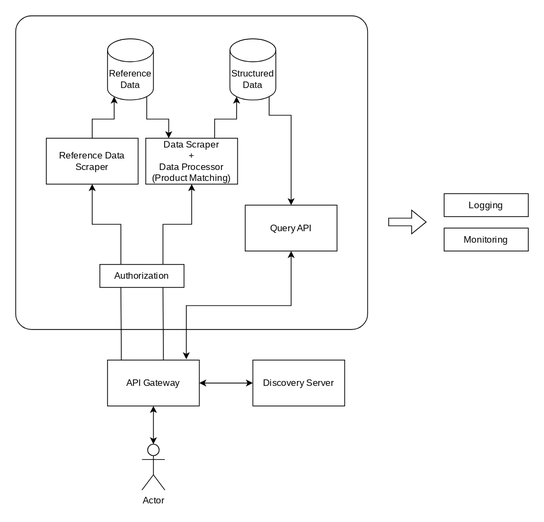
Earlier version of the draw.io export distributed-system-design.svg (DinukaGayashan/Tech-Scout). Source tidied: cells renumbered, new cells last; positions are measured from the earlier drawing's top-left corner, leaving out a move shared by most shapes. Source of this version:
```xml
<mxGraphModel>
  <root>
    <mxCell id="0" />
    <mxCell id="1" parent="0" />
    <mxCell id="2" style="rounded=1;whiteSpace=wrap;html=1;arcSize=5;" parent="1" vertex="1">
      <mxGeometry width="460" height="410" as="geometry" />
    </mxCell>
    <mxCell id="3" style="edgeStyle=orthogonalEdgeStyle;rounded=0;jettySize=auto;html=1;exitX=0.858;exitY=-0.017;exitDx=0;exitDy=0;entryX=0.5;entryY=1;entryDx=0;entryDy=0;startArrow=classic;startFill=1;exitPerimeter=0;" parent="1" edge="1" source="6" target="7">
      <mxGeometry relative="1" as="geometry" />
    </mxCell>
    <mxCell id="4" style="edgeStyle=orthogonalEdgeStyle;rounded=0;jettySize=auto;html=1;exitX=0.5;exitY=0;exitDx=0;exitDy=0;entryX=0.75;entryY=1;entryDx=0;entryDy=0;endArrow=none;endFill=0;" parent="1" edge="1" source="6" target="20">
      <mxGeometry relative="1" as="geometry">
        <Array as="points">
          <mxPoint x="193" y="430" />
          <mxPoint x="193" y="393" />
        </Array>
      </mxGeometry>
    </mxCell>
    <mxCell id="5" style="edgeStyle=orthogonalEdgeStyle;rounded=0;jettySize=auto;html=1;exitX=0.25;exitY=0;exitDx=0;exitDy=0;entryX=0.25;entryY=1;entryDx=0;entryDy=0;endArrow=none;endFill=0;" parent="1" edge="1" source="6" target="20">
      <mxGeometry relative="1" as="geometry">
        <Array as="points">
          <mxPoint x="138" y="430" />
          <mxPoint x="138" y="393" />
        </Array>
      </mxGeometry>
    </mxCell>
    <mxCell id="6" value="&lt;div&gt;&lt;span style=&quot;background-color: initial;&quot;&gt;API Gateway&lt;/span&gt;&lt;/div&gt;" style="rounded=0;whiteSpace=wrap;html=1;fontFamily=Inter;fontSource=https%3A%2F%2Ffonts.googleapis.com%2Fcss%3Ffamily%3DInter;" parent="1" vertex="1">
      <mxGeometry x="120" y="450" width="120" height="60" as="geometry" />
    </mxCell>
    <mxCell id="7" value="Query API" style="rounded=0;whiteSpace=wrap;html=1;fontFamily=Inter;fontSource=https%3A%2F%2Ffonts.googleapis.com%2Fcss%3Ffamily%3DInter;" parent="1" vertex="1">
      <mxGeometry x="300" y="247.5" width="120" height="60" as="geometry" />
    </mxCell>
    <mxCell id="8" value="Reference Data Scraper" style="rounded=0;whiteSpace=wrap;html=1;fontFamily=Inter;fontSource=https%3A%2F%2Ffonts.googleapis.com%2Fcss%3Ffamily%3DInter;" parent="1" vertex="1">
      <mxGeometry x="40" y="160" width="120" height="60" as="geometry" />
    </mxCell>
    <mxCell id="9" value="Data Scraper&lt;div&gt;+&lt;/div&gt;&lt;div&gt;Data Processor&lt;/div&gt;&lt;div&gt;(Product Matching)&lt;/div&gt;" style="rounded=0;whiteSpace=wrap;html=1;fontFamily=Inter;fontSource=https%3A%2F%2Ffonts.googleapis.com%2Fcss%3Ffamily%3DInter;" parent="1" vertex="1">
      <mxGeometry x="170" y="160" width="120" height="60" as="geometry" />
    </mxCell>
    <mxCell id="10" style="edgeStyle=orthogonalEdgeStyle;rounded=0;jettySize=auto;html=1;exitX=0.855;exitY=1;exitDx=0;exitDy=-4.35;exitPerimeter=0;entryX=0.25;entryY=0;entryDx=0;entryDy=0;" parent="1" edge="1" source="11" target="9">
      <mxGeometry relative="1" as="geometry" />
    </mxCell>
    <mxCell id="11" value="Reference Data" style="shape=cylinder3;whiteSpace=wrap;html=1;boundedLbl=1;backgroundOutline=1;size=15;" parent="1" vertex="1">
      <mxGeometry x="120" y="30" width="60" height="80" as="geometry" />
    </mxCell>
    <mxCell id="12" style="edgeStyle=orthogonalEdgeStyle;rounded=0;jettySize=auto;html=1;exitX=0.855;exitY=1;exitDx=0;exitDy=-4.35;exitPerimeter=0;entryX=0.5;entryY=0;entryDx=0;entryDy=0;" parent="1" edge="1" source="13" target="7">
      <mxGeometry relative="1" as="geometry">
        <Array as="points">
          <mxPoint x="331" y="130" />
          <mxPoint x="360" y="130" />
        </Array>
      </mxGeometry>
    </mxCell>
    <mxCell id="13" value="Structured Data" style="shape=cylinder3;whiteSpace=wrap;html=1;boundedLbl=1;backgroundOutline=1;size=15;" parent="1" vertex="1">
      <mxGeometry x="280" y="30" width="60" height="80" as="geometry" />
    </mxCell>
    <mxCell id="14" style="edgeStyle=orthogonalEdgeStyle;rounded=0;jettySize=auto;html=1;exitX=0.5;exitY=1;exitDx=0;exitDy=0;startArrow=classic;startFill=1;fontFamily=Inter;fontSource=https%3A%2F%2Ffonts.googleapis.com%2Fcss%3Ffamily%3DInter;" parent="1" edge="1" source="6" target="15">
      <mxGeometry relative="1" as="geometry" />
    </mxCell>
    <mxCell id="15" value="Actor" style="shape=umlActor;verticalLabelPosition=bottom;verticalAlign=top;html=1;outlineConnect=0;fontFamily=Inter;fontSource=https%3A%2F%2Ffonts.googleapis.com%2Fcss%3Ffamily%3DInter;" parent="1" vertex="1">
      <mxGeometry x="165" y="560" width="30" height="60" as="geometry" />
    </mxCell>
    <mxCell id="16" style="edgeStyle=orthogonalEdgeStyle;rounded=0;jettySize=auto;html=1;exitX=0;exitY=0.5;exitDx=0;exitDy=0;entryX=1;entryY=0.5;entryDx=0;entryDy=0;startArrow=classic;startFill=1;" parent="1" edge="1" source="17" target="6">
      <mxGeometry relative="1" as="geometry" />
    </mxCell>
    <mxCell id="17" value="&lt;div&gt;&lt;span style=&quot;background-color: initial;&quot;&gt;Discovery Server&lt;/span&gt;&lt;br&gt;&lt;/div&gt;" style="rounded=0;whiteSpace=wrap;html=1;fontFamily=Inter;fontSource=https%3A%2F%2Ffonts.googleapis.com%2Fcss%3Ffamily%3DInter;" parent="1" vertex="1">
      <mxGeometry x="310" y="450" width="120" height="60" as="geometry" />
    </mxCell>
    <mxCell id="18" style="edgeStyle=orthogonalEdgeStyle;rounded=0;jettySize=auto;html=1;exitX=0.75;exitY=0;exitDx=0;exitDy=0;entryX=0.5;entryY=1;entryDx=0;entryDy=0;" parent="1" edge="1" source="20" target="9">
      <mxGeometry relative="1" as="geometry" />
    </mxCell>
    <mxCell id="19" style="edgeStyle=orthogonalEdgeStyle;rounded=0;jettySize=auto;html=1;exitX=0.25;exitY=0;exitDx=0;exitDy=0;entryX=0.5;entryY=1;entryDx=0;entryDy=0;" parent="1" edge="1" source="20" target="8">
      <mxGeometry relative="1" as="geometry" />
    </mxCell>
    <mxCell id="20" value="Authorization" style="rounded=0;whiteSpace=wrap;html=1;fontFamily=Inter;fontSource=https%3A%2F%2Ffonts.googleapis.com%2Fcss%3Ffamily%3DInter;" parent="1" vertex="1">
      <mxGeometry x="110" y="325" width="110" height="30" as="geometry" />
    </mxCell>
    <mxCell id="21" style="shape=flexArrow;endArrow=classic;html=1;rounded=0;" parent="1" edge="1">
      <mxGeometry relative="1" as="geometry">
        <mxPoint x="487" y="269.5" as="sourcePoint" />
        <mxPoint x="537" y="269.5" as="targetPoint" />
      </mxGeometry>
    </mxCell>
    <mxCell id="22" value="Logging" style="rounded=0;whiteSpace=wrap;html=1;fontFamily=Inter;fontSource=https%3A%2F%2Ffonts.googleapis.com%2Fcss%3Ffamily%3DInter;" parent="1" vertex="1">
      <mxGeometry x="560" y="232.5" width="110" height="30" as="geometry" />
    </mxCell>
    <mxCell id="23" value="Monitoring" style="rounded=0;whiteSpace=wrap;html=1;fontFamily=Inter;fontSource=https%3A%2F%2Ffonts.googleapis.com%2Fcss%3Ffamily%3DInter;" parent="1" vertex="1">
      <mxGeometry x="560" y="277.5" width="110" height="30" as="geometry" />
    </mxCell>
    <mxCell id="24" style="edgeStyle=orthogonalEdgeStyle;rounded=0;jettySize=auto;html=1;exitX=0.5;exitY=0;exitDx=0;exitDy=0;entryX=0.145;entryY=1;entryDx=0;entryDy=-4.35;entryPerimeter=0;" parent="1" edge="1" source="8" target="11">
      <mxGeometry relative="1" as="geometry" />
    </mxCell>
    <mxCell id="25" style="edgeStyle=orthogonalEdgeStyle;rounded=0;jettySize=auto;html=1;exitX=0.75;exitY=0;exitDx=0;exitDy=0;entryX=0.145;entryY=1;entryDx=0;entryDy=-4.35;entryPerimeter=0;" parent="1" edge="1" source="9" target="13">
      <mxGeometry relative="1" as="geometry" />
    </mxCell>
  </root>
</mxGraphModel>
```
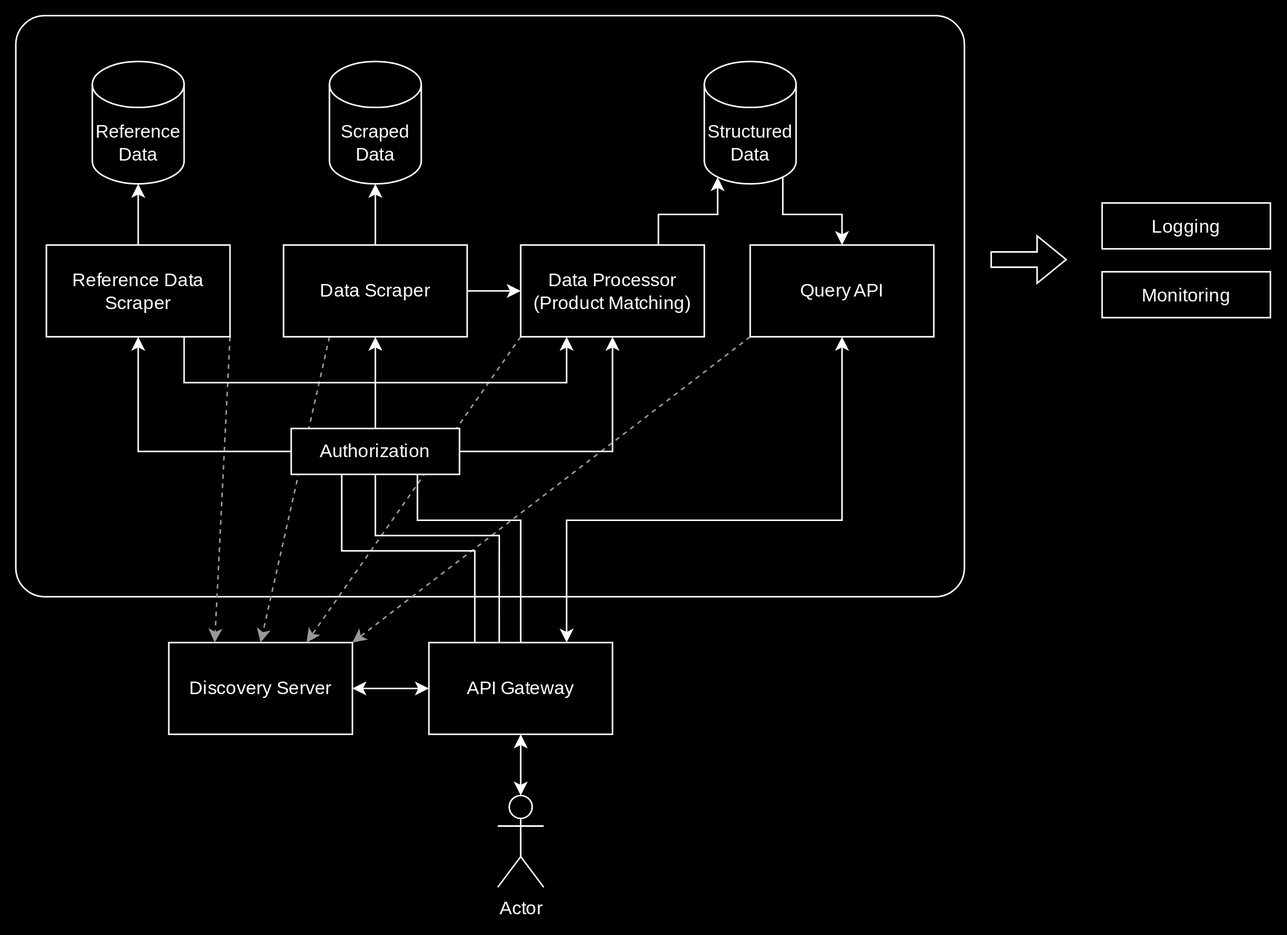
After the change.

Commit message:
update design diagram

Change to the diagram source:
```diff
@@ -3,94 +3,145 @@
     <mxCell id="0" />
     <mxCell id="1" parent="0" />
     <mxCell id="2" style="rounded=1;whiteSpace=wrap;html=1;arcSize=5;" parent="1" vertex="1">
-      <mxGeometry width="460" height="410" as="geometry" />
+      <mxGeometry x="-150" width="620" height="380" as="geometry" />
     </mxCell>
+    <mxCell id="26" style="endArrow=classic;html=1;rounded=0;entryX=0.25;entryY=0;entryDx=0;entryDy=0;exitX=1;exitY=1;exitDx=0;exitDy=0;strokeColor=#666666;dashed=1;" parent="1" edge="1" source="8" target="17">
+      <mxGeometry relative="1" as="geometry" />
+    </mxCell>
+    <mxCell id="27" style="endArrow=classic;html=1;rounded=0;entryX=0.5;entryY=0;entryDx=0;entryDy=0;exitX=0.25;exitY=1;exitDx=0;exitDy=0;strokeColor=#666666;dashed=1;" parent="1" edge="1" source="9" target="17">
+      <mxGeometry relative="1" as="geometry" />
+    </mxCell>
+    <mxCell id="28" style="endArrow=classic;html=1;rounded=0;entryX=0.75;entryY=0;entryDx=0;entryDy=0;exitX=0;exitY=1;exitDx=0;exitDy=0;strokeColor=#666666;dashed=1;" parent="1" edge="1" source="35" target="17">
+      <mxGeometry relative="1" as="geometry" />
+    </mxCell>
+    <mxCell id="29" style="endArrow=classic;html=1;rounded=0;entryX=1;entryY=0;entryDx=0;entryDy=0;exitX=0;exitY=1;exitDx=0;exitDy=0;strokeColor=#666666;dashed=1;" parent="1" edge="1" source="7" target="17">
+      <mxGeometry relative="1" as="geometry" />
+    </mxCell>
-    <mxCell id="3" style="edgeStyle=orthogonalEdgeStyle;rounded=0;jettySize=auto;html=1;exitX=0.858;exitY=-0.017;exitDx=0;exitDy=0;entryX=0.5;entryY=1;entryDx=0;entryDy=0;startArrow=classic;startFill=1;exitPerimeter=0;" parent="1" edge="1" source="6" target="7">
-      <mxGeometry relative="1" as="geometry" />
+    <mxCell id="3" style="edgeStyle=orthogonalEdgeStyle;rounded=0;jettySize=auto;html=1;exitX=0.75;exitY=0;exitDx=0;exitDy=0;entryX=0.5;entryY=1;entryDx=0;entryDy=0;startArrow=classic;startFill=1;" parent="1" edge="1" source="6" target="7">
+      <mxGeometry relative="1" as="geometry">
+        <Array as="points">
+          <mxPoint x="210" y="330" />
+          <mxPoint x="390" y="330" />
+        </Array>
+      </mxGeometry>
     </mxCell>
-    <mxCell id="4" style="edgeStyle=orthogonalEdgeStyle;rounded=0;jettySize=auto;html=1;exitX=0.5;exitY=0;exitDx=0;exitDy=0;entryX=0.75;entryY=1;entryDx=0;entryDy=0;endArrow=none;endFill=0;" parent="1" edge="1" source="6" target="20">
-      <mxGeometry relative="1" as="geometry">
-        <Array as="points">
-          <mxPoint x="193" y="430" />
-          <mxPoint x="193" y="393" />
-        </Array>
-      </mxGeometry>
-    </mxCell>
     <mxCell id="5" style="edgeStyle=orthogonalEdgeStyle;rounded=0;jettySize=auto;html=1;exitX=0.25;exitY=0;exitDx=0;exitDy=0;entryX=0.25;entryY=1;entryDx=0;entryDy=0;endArrow=none;endFill=0;" parent="1" edge="1" source="6" target="20">
       <mxGeometry relative="1" as="geometry">
         <Array as="points">
-          <mxPoint x="138" y="430" />
-          <mxPoint x="138" y="393" />
+          <mxPoint x="150" y="350" />
+          <mxPoint x="63" y="350" />
+          <mxPoint x="63" y="300" />
         </Array>
       </mxGeometry>
     </mxCell>
     <mxCell id="6" value="&lt;div&gt;&lt;span style=&quot;background-color: initial;&quot;&gt;API Gateway&lt;/span&gt;&lt;/div&gt;" style="rounded=0;whiteSpace=wrap;html=1;fontFamily=Inter;fontSource=https%3A%2F%2Ffonts.googleapis.com%2Fcss%3Ffamily%3DInter;" parent="1" vertex="1">
-      <mxGeometry x="120" y="450" width="120" height="60" as="geometry" />
+      <mxGeometry x="120" y="410" width="120" height="60" as="geometry" />
     </mxCell>
     <mxCell id="7" value="Query API" style="rounded=0;whiteSpace=wrap;html=1;fontFamily=Inter;fontSource=https%3A%2F%2Ffonts.googleapis.com%2Fcss%3Ffamily%3DInter;" parent="1" vertex="1">
-      <mxGeometry x="300" y="247.5" width="120" height="60" as="geometry" />
+      <mxGeometry x="330" y="150" width="120" height="60" as="geometry" />
     </mxCell>
+    <mxCell id="30" style="edgeStyle=orthogonalEdgeStyle;rounded=0;jettySize=auto;html=1;exitX=0.75;exitY=1;exitDx=0;exitDy=0;entryX=0.25;entryY=1;entryDx=0;entryDy=0;" parent="1" edge="1" source="8" target="35">
+      <mxGeometry relative="1" as="geometry">
+        <Array as="points">
+          <mxPoint x="-40" y="240" />
+          <mxPoint x="210" y="240" />
+        </Array>
+      </mxGeometry>
+    </mxCell>
     <mxCell id="8" value="Reference Data Scraper" style="rounded=0;whiteSpace=wrap;html=1;fontFamily=Inter;fontSource=https%3A%2F%2Ffonts.googleapis.com%2Fcss%3Ffamily%3DInter;" parent="1" vertex="1">
-      <mxGeometry x="40" y="160" width="120" height="60" as="geometry" />
+      <mxGeometry x="-130" y="150" width="120" height="60" as="geometry" />
     </mxCell>
+    <mxCell id="31" style="edgeStyle=orthogonalEdgeStyle;rounded=0;jettySize=auto;html=1;exitX=1;exitY=0.5;exitDx=0;exitDy=0;entryX=0;entryY=0.5;entryDx=0;entryDy=0;" parent="1" edge="1" source="9" target="35">
+      <mxGeometry relative="1" as="geometry" />
+    </mxCell>
-    <mxCell id="9" value="Data Scraper&lt;div&gt;+&lt;/div&gt;&lt;div&gt;Data Processor&lt;/div&gt;&lt;div&gt;(Product Matching)&lt;/div&gt;" style="rounded=0;whiteSpace=wrap;html=1;fontFamily=Inter;fontSource=https%3A%2F%2Ffonts.googleapis.com%2Fcss%3Ffamily%3DInter;" parent="1" vertex="1">
-      <mxGeometry x="170" y="160" width="120" height="60" as="geometry" />
+    <mxCell id="9" value="Data Scraper" style="rounded=0;whiteSpace=wrap;html=1;fontFamily=Inter;fontSource=https%3A%2F%2Ffonts.googleapis.com%2Fcss%3Ffamily%3DInter;" parent="1" vertex="1">
+      <mxGeometry x="25" y="150" width="120" height="60" as="geometry" />
     </mxCell>
-    <mxCell id="10" style="edgeStyle=orthogonalEdgeStyle;rounded=0;jettySize=auto;html=1;exitX=0.855;exitY=1;exitDx=0;exitDy=-4.35;exitPerimeter=0;entryX=0.25;entryY=0;entryDx=0;entryDy=0;" parent="1" edge="1" source="11" target="9">
-      <mxGeometry relative="1" as="geometry" />
-    </mxCell>
     <mxCell id="11" value="Reference Data" style="shape=cylinder3;whiteSpace=wrap;html=1;boundedLbl=1;backgroundOutline=1;size=15;" parent="1" vertex="1">
-      <mxGeometry x="120" y="30" width="60" height="80" as="geometry" />
+      <mxGeometry x="-100" y="30" width="60" height="80" as="geometry" />
     </mxCell>
     <mxCell id="12" style="edgeStyle=orthogonalEdgeStyle;rounded=0;jettySize=auto;html=1;exitX=0.855;exitY=1;exitDx=0;exitDy=-4.35;exitPerimeter=0;entryX=0.5;entryY=0;entryDx=0;entryDy=0;" parent="1" edge="1" source="13" target="7">
       <mxGeometry relative="1" as="geometry">
         <Array as="points">
-          <mxPoint x="331" y="130" />
-          <mxPoint x="360" y="130" />
+          <mxPoint x="351" y="130" />
+          <mxPoint x="390" y="130" />
         </Array>
       </mxGeometry>
     </mxCell>
     <mxCell id="13" value="Structured Data" style="shape=cylinder3;whiteSpace=wrap;html=1;boundedLbl=1;backgroundOutline=1;size=15;" parent="1" vertex="1">
-      <mxGeometry x="280" y="30" width="60" height="80" as="geometry" />
+      <mxGeometry x="300" y="30" width="60" height="80" as="geometry" />
     </mxCell>
     <mxCell id="14" style="edgeStyle=orthogonalEdgeStyle;rounded=0;jettySize=auto;html=1;exitX=0.5;exitY=1;exitDx=0;exitDy=0;startArrow=classic;startFill=1;fontFamily=Inter;fontSource=https%3A%2F%2Ffonts.googleapis.com%2Fcss%3Ffamily%3DInter;" parent="1" edge="1" source="6" target="15">
       <mxGeometry relative="1" as="geometry" />
     </mxCell>
     <mxCell id="15" value="Actor" style="shape=umlActor;verticalLabelPosition=bottom;verticalAlign=top;html=1;outlineConnect=0;fontFamily=Inter;fontSource=https%3A%2F%2Ffonts.googleapis.com%2Fcss%3Ffamily%3DInter;" parent="1" vertex="1">
-      <mxGeometry x="165" y="560" width="30" height="60" as="geometry" />
+      <mxGeometry x="165" y="510" width="30" height="60" as="geometry" />
     </mxCell>
-    <mxCell id="16" style="edgeStyle=orthogonalEdgeStyle;rounded=0;jettySize=auto;html=1;exitX=0;exitY=0.5;exitDx=0;exitDy=0;entryX=1;entryY=0.5;entryDx=0;entryDy=0;startArrow=classic;startFill=1;" parent="1" edge="1" source="17" target="6">
+    <mxCell id="16" style="edgeStyle=orthogonalEdgeStyle;rounded=0;jettySize=auto;html=1;exitX=1;exitY=0.5;exitDx=0;exitDy=0;entryX=0;entryY=0.5;entryDx=0;entryDy=0;startArrow=classic;startFill=1;" parent="1" edge="1" source="17" target="6">
       <mxGeometry relative="1" as="geometry" />
     </mxCell>
     <mxCell id="17" value="&lt;div&gt;&lt;span style=&quot;background-color: initial;&quot;&gt;Discovery Server&lt;/span&gt;&lt;br&gt;&lt;/div&gt;" style="rounded=0;whiteSpace=wrap;html=1;fontFamily=Inter;fontSource=https%3A%2F%2Ffonts.googleapis.com%2Fcss%3Ffamily%3DInter;" parent="1" vertex="1">
-      <mxGeometry x="310" y="450" width="120" height="60" as="geometry" />
+      <mxGeometry x="-50" y="410" width="120" height="60" as="geometry" />
     </mxCell>
-    <mxCell id="18" style="edgeStyle=orthogonalEdgeStyle;rounded=0;jettySize=auto;html=1;exitX=0.75;exitY=0;exitDx=0;exitDy=0;entryX=0.5;entryY=1;entryDx=0;entryDy=0;" parent="1" edge="1" source="20" target="9">
-      <mxGeometry relative="1" as="geometry" />
-    </mxCell>
-    <mxCell id="19" style="edgeStyle=orthogonalEdgeStyle;rounded=0;jettySize=auto;html=1;exitX=0.25;exitY=0;exitDx=0;exitDy=0;entryX=0.5;entryY=1;entryDx=0;entryDy=0;" parent="1" edge="1" source="20" target="8">
+    <mxCell id="19" style="edgeStyle=orthogonalEdgeStyle;rounded=0;jettySize=auto;html=1;exitX=0;exitY=0.5;exitDx=0;exitDy=0;entryX=0.5;entryY=1;entryDx=0;entryDy=0;" parent="1" edge="1" source="20" target="8">
       <mxGeometry relative="1" as="geometry" />
     </mxCell>
+    <mxCell id="32" style="edgeStyle=orthogonalEdgeStyle;rounded=0;jettySize=auto;html=1;" parent="1" edge="1" source="20" target="35">
+      <mxGeometry relative="1" as="geometry" />
+    </mxCell>
+    <mxCell id="33" style="edgeStyle=orthogonalEdgeStyle;rounded=0;jettySize=auto;html=1;exitX=0.75;exitY=1;exitDx=0;exitDy=0;entryX=0.5;entryY=0;entryDx=0;entryDy=0;endArrow=none;endFill=0;" parent="1" edge="1" source="20" target="6">
+      <mxGeometry relative="1" as="geometry">
+        <Array as="points">
+          <mxPoint x="113" y="330" />
+          <mxPoint x="180" y="330" />
+        </Array>
+      </mxGeometry>
+    </mxCell>
     <mxCell id="20" value="Authorization" style="rounded=0;whiteSpace=wrap;html=1;fontFamily=Inter;fontSource=https%3A%2F%2Ffonts.googleapis.com%2Fcss%3Ffamily%3DInter;" parent="1" vertex="1">
-      <mxGeometry x="110" y="325" width="110" height="30" as="geometry" />
+      <mxGeometry x="30" y="270" width="110" height="30" as="geometry" />
     </mxCell>
     <mxCell id="21" style="shape=flexArrow;endArrow=classic;html=1;rounded=0;" parent="1" edge="1">
       <mxGeometry relative="1" as="geometry">
-        <mxPoint x="487" y="269.5" as="sourcePoint" />
-        <mxPoint x="537" y="269.5" as="targetPoint" />
+        <mxPoint x="487" y="159.5" as="sourcePoint" />
+        <mxPoint x="537" y="159.5" as="targetPoint" />
       </mxGeometry>
     </mxCell>
     <mxCell id="22" value="Logging" style="rounded=0;whiteSpace=wrap;html=1;fontFamily=Inter;fontSource=https%3A%2F%2Ffonts.googleapis.com%2Fcss%3Ffamily%3DInter;" parent="1" vertex="1">
-      <mxGeometry x="560" y="232.5" width="110" height="30" as="geometry" />
+      <mxGeometry x="560" y="122.5" width="110" height="30" as="geometry" />
     </mxCell>
     <mxCell id="23" value="Monitoring" style="rounded=0;whiteSpace=wrap;html=1;fontFamily=Inter;fontSource=https%3A%2F%2Ffonts.googleapis.com%2Fcss%3Ffamily%3DInter;" parent="1" vertex="1">
-      <mxGeometry x="560" y="277.5" width="110" height="30" as="geometry" />
+      <mxGeometry x="560" y="167.5" width="110" height="30" as="geometry" />
     </mxCell>
+    <mxCell id="34" style="edgeStyle=orthogonalEdgeStyle;rounded=0;jettySize=auto;html=1;exitX=0.75;exitY=0;exitDx=0;exitDy=0;entryX=0.145;entryY=1;entryDx=0;entryDy=-4.35;entryPerimeter=0;" parent="1" edge="1" source="35" target="13">
+      <mxGeometry relative="1" as="geometry">
+        <Array as="points">
+          <mxPoint x="270" y="130" />
+          <mxPoint x="309" y="130" />
+        </Array>
+      </mxGeometry>
+    </mxCell>
+    <mxCell id="35" value="Data Processor&lt;div&gt;(Product Matching)&lt;/div&gt;" style="rounded=0;whiteSpace=wrap;html=1;fontFamily=Inter;fontSource=https%3A%2F%2Ffonts.googleapis.com%2Fcss%3Ffamily%3DInter;" parent="1" vertex="1">
+      <mxGeometry x="180" y="150" width="120" height="60" as="geometry" />
+    </mxCell>
+    <mxCell id="36" value="Scraped Data" style="shape=cylinder3;whiteSpace=wrap;html=1;boundedLbl=1;backgroundOutline=1;size=15;" parent="1" vertex="1">
+      <mxGeometry x="55" y="30" width="60" height="80" as="geometry" />
+    </mxCell>
+    <mxCell id="37" style="edgeStyle=orthogonalEdgeStyle;rounded=0;jettySize=auto;html=1;entryX=0.5;entryY=1;entryDx=0;entryDy=0;entryPerimeter=0;" parent="1" edge="1" source="9" target="36">
+      <mxGeometry relative="1" as="geometry" />
+    </mxCell>
-    <mxCell id="24" style="edgeStyle=orthogonalEdgeStyle;rounded=0;jettySize=auto;html=1;exitX=0.5;exitY=0;exitDx=0;exitDy=0;entryX=0.145;entryY=1;entryDx=0;entryDy=-4.35;entryPerimeter=0;" parent="1" edge="1" source="8" target="11">
+    <mxCell id="24" style="edgeStyle=orthogonalEdgeStyle;rounded=0;jettySize=auto;html=1;entryX=0.5;entryY=1;entryDx=0;entryDy=0;entryPerimeter=0;" parent="1" edge="1" source="8" target="11">
       <mxGeometry relative="1" as="geometry" />
     </mxCell>
-    <mxCell id="25" style="edgeStyle=orthogonalEdgeStyle;rounded=0;jettySize=auto;html=1;exitX=0.75;exitY=0;exitDx=0;exitDy=0;entryX=0.145;entryY=1;entryDx=0;entryDy=-4.35;entryPerimeter=0;" parent="1" edge="1" source="9" target="13">
-      <mxGeometry relative="1" as="geometry" />
-    </mxCell>
+    <mxCell id="18" style="edgeStyle=orthogonalEdgeStyle;rounded=0;jettySize=auto;html=1;entryX=0.5;entryY=1;entryDx=0;entryDy=0;exitX=0.5;exitY=0;exitDx=0;exitDy=0;" parent="1" edge="1" source="20" target="9">
+      <mxGeometry relative="1" as="geometry" />
+    </mxCell>
+    <mxCell id="38" style="edgeStyle=orthogonalEdgeStyle;rounded=0;jettySize=auto;html=1;exitX=0.5;exitY=1;exitDx=0;exitDy=0;entryX=0.383;entryY=0;entryDx=0;entryDy=0;entryPerimeter=0;endArrow=none;endFill=0;" parent="1" edge="1" source="20" target="6">
+      <mxGeometry relative="1" as="geometry">
+        <Array as="points">
+          <mxPoint x="85" y="340" />
+          <mxPoint x="166" y="340" />
+        </Array>
+      </mxGeometry>
+    </mxCell>
   </root>
 </mxGraphModel>
```
